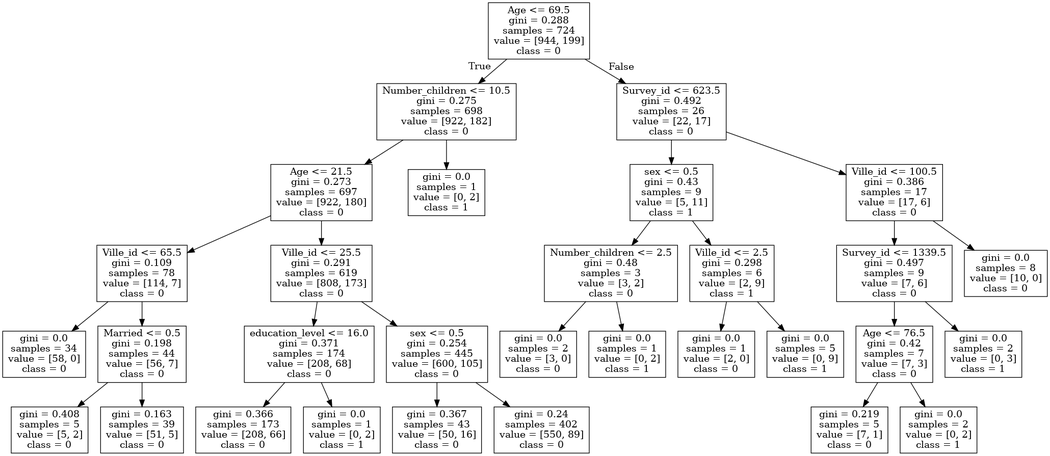
The Graphviz diagram pngs/tree07.png in IziKodzik/Cart, before a commit. Its source is kept beside it as pngs/tree07.dot.
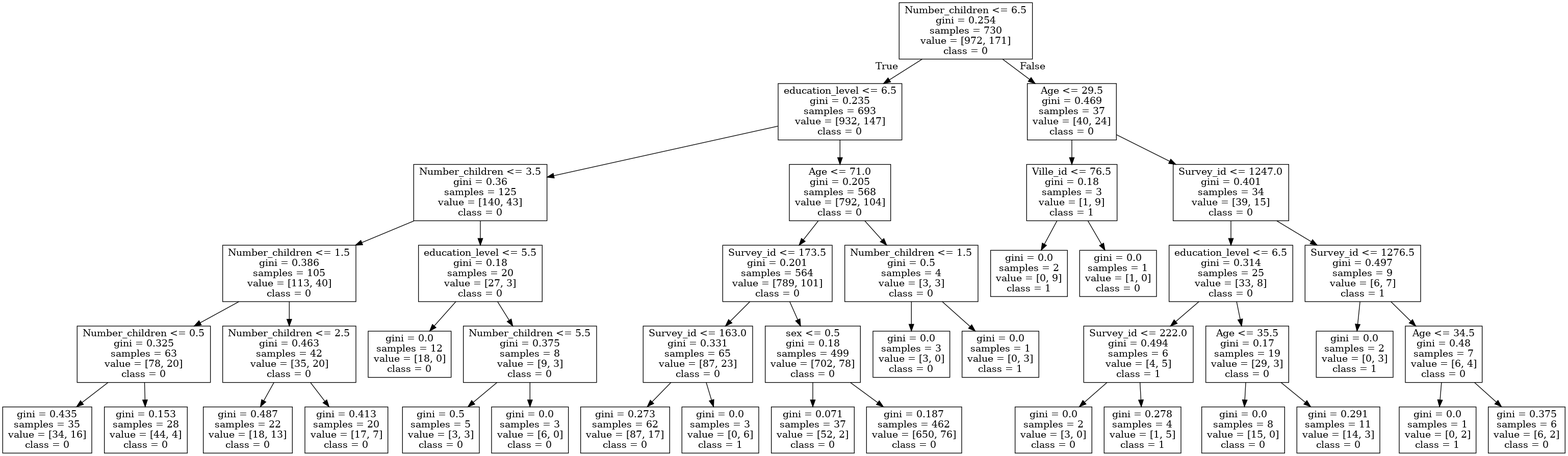
After the change.

The edit, as a diff of the source:
```diff
@@ -1,64 +1,88 @@
 digraph Tree {
 node [shape=box] ;
-0 [label="Age <= 69.5\ngini = 0.288\nsamples = 724\nvalue = [944, 199]\nclass = 0"] ;
-1 [label="Number_children <= 10.5\ngini = 0.275\nsamples = 698\nvalue = [922, 182]\nclass = 0"] ;
+0 [label="Number_children <= 6.5\ngini = 0.254\nsamples = 730\nvalue = [972, 171]\nclass = 0"] ;
+1 [label="education_level <= 6.5\ngini = 0.235\nsamples = 693\nvalue = [932, 147]\nclass = 0"] ;
 0 -> 1 [labeldistance=2.5, labelangle=45, headlabel="True"] ;
-2 [label="Age <= 21.5\ngini = 0.273\nsamples = 697\nvalue = [922, 180]\nclass = 0"] ;
+2 [label="Number_children <= 3.5\ngini = 0.36\nsamples = 125\nvalue = [140, 43]\nclass = 0"] ;
 1 -> 2 ;
-3 [label="Ville_id <= 65.5\ngini = 0.109\nsamples = 78\nvalue = [114, 7]\nclass = 0"] ;
+3 [label="Number_children <= 1.5\ngini = 0.386\nsamples = 105\nvalue = [113, 40]\nclass = 0"] ;
 2 -> 3 ;
-4 [label="gini = 0.0\nsamples = 34\nvalue = [58, 0]\nclass = 0"] ;
+4 [label="Number_children <= 0.5\ngini = 0.325\nsamples = 63\nvalue = [78, 20]\nclass = 0"] ;
 3 -> 4 ;
-5 [label="Married <= 0.5\ngini = 0.198\nsamples = 44\nvalue = [56, 7]\nclass = 0"] ;
-3 -> 5 ;
-6 [label="gini = 0.408\nsamples = 5\nvalue = [5, 2]\nclass = 0"] ;
-5 -> 6 ;
-7 [label="gini = 0.163\nsamples = 39\nvalue = [51, 5]\nclass = 0"] ;
-5 -> 7 ;
-8 [label="Ville_id <= 25.5\ngini = 0.291\nsamples = 619\nvalue = [808, 173]\nclass = 0"] ;
-2 -> 8 ;
-9 [label="education_level <= 16.0\ngini = 0.371\nsamples = 174\nvalue = [208, 68]\nclass = 0"] ;
-8 -> 9 ;
-10 [label="gini = 0.366\nsamples = 173\nvalue = [208, 66]\nclass = 0"] ;
-9 -> 10 ;
-11 [label="gini = 0.0\nsamples = 1\nvalue = [0, 2]\nclass = 1"] ;
-9 -> 11 ;
-12 [label="sex <= 0.5\ngini = 0.254\nsamples = 445\nvalue = [600, 105]\nclass = 0"] ;
-8 -> 12 ;
-13 [label="gini = 0.367\nsamples = 43\nvalue = [50, 16]\nclass = 0"] ;
+5 [label="gini = 0.435\nsamples = 35\nvalue = [34, 16]\nclass = 0"] ;
+4 -> 5 ;
+6 [label="gini = 0.153\nsamples = 28\nvalue = [44, 4]\nclass = 0"] ;
+4 -> 6 ;
+7 [label="Number_children <= 2.5\ngini = 0.463\nsamples = 42\nvalue = [35, 20]\nclass = 0"] ;
+3 -> 7 ;
+8 [label="gini = 0.487\nsamples = 22\nvalue = [18, 13]\nclass = 0"] ;
+7 -> 8 ;
+9 [label="gini = 0.413\nsamples = 20\nvalue = [17, 7]\nclass = 0"] ;
+7 -> 9 ;
+10 [label="education_level <= 5.5\ngini = 0.18\nsamples = 20\nvalue = [27, 3]\nclass = 0"] ;
+2 -> 10 ;
+11 [label="gini = 0.0\nsamples = 12\nvalue = [18, 0]\nclass = 0"] ;
+10 -> 11 ;
+12 [label="Number_children <= 5.5\ngini = 0.375\nsamples = 8\nvalue = [9, 3]\nclass = 0"] ;
+10 -> 12 ;
+13 [label="gini = 0.5\nsamples = 5\nvalue = [3, 3]\nclass = 0"] ;
 12 -> 13 ;
-14 [label="gini = 0.24\nsamples = 402\nvalue = [550, 89]\nclass = 0"] ;
+14 [label="gini = 0.0\nsamples = 3\nvalue = [6, 0]\nclass = 0"] ;
 12 -> 14 ;
-15 [label="gini = 0.0\nsamples = 1\nvalue = [0, 2]\nclass = 1"] ;
+15 [label="Age <= 71.0\ngini = 0.205\nsamples = 568\nvalue = [792, 104]\nclass = 0"] ;
 1 -> 15 ;
-16 [label="Survey_id <= 623.5\ngini = 0.492\nsamples = 26\nvalue = [22, 17]\nclass = 0"] ;
-0 -> 16 [labeldistance=2.5, labelangle=-45, headlabel="False"] ;
-17 [label="sex <= 0.5\ngini = 0.43\nsamples = 9\nvalue = [5, 11]\nclass = 1"] ;
+16 [label="Survey_id <= 173.5\ngini = 0.201\nsamples = 564\nvalue = [789, 101]\nclass = 0"] ;
+15 -> 16 ;
+17 [label="Survey_id <= 163.0\ngini = 0.331\nsamples = 65\nvalue = [87, 23]\nclass = 0"] ;
 16 -> 17 ;
-18 [label="Number_children <= 2.5\ngini = 0.48\nsamples = 3\nvalue = [3, 2]\nclass = 0"] ;
+18 [label="gini = 0.273\nsamples = 62\nvalue = [87, 17]\nclass = 0"] ;
 17 -> 18 ;
-19 [label="gini = 0.0\nsamples = 2\nvalue = [3, 0]\nclass = 0"] ;
-18 -> 19 ;
-20 [label="gini = 0.0\nsamples = 1\nvalue = [0, 2]\nclass = 1"] ;
-18 -> 20 ;
-21 [label="Ville_id <= 2.5\ngini = 0.298\nsamples = 6\nvalue = [2, 9]\nclass = 1"] ;
-17 -> 21 ;
-22 [label="gini = 0.0\nsamples = 1\nvalue = [2, 0]\nclass = 0"] ;
-21 -> 22 ;
-23 [label="gini = 0.0\nsamples = 5\nvalue = [0, 9]\nclass = 1"] ;
-21 -> 23 ;
-24 [label="Ville_id <= 100.5\ngini = 0.386\nsamples = 17\nvalue = [17, 6]\nclass = 0"] ;
-16 -> 24 ;
-25 [label="Survey_id <= 1339.5\ngini = 0.497\nsamples = 9\nvalue = [7, 6]\nclass = 0"] ;
-24 -> 25 ;
-26 [label="Age <= 76.5\ngini = 0.42\nsamples = 7\nvalue = [7, 3]\nclass = 0"] ;
-25 -> 26 ;
-27 [label="gini = 0.219\nsamples = 5\nvalue = [7, 1]\nclass = 0"] ;
+19 [label="gini = 0.0\nsamples = 3\nvalue = [0, 6]\nclass = 1"] ;
+17 -> 19 ;
+20 [label="sex <= 0.5\ngini = 0.18\nsamples = 499\nvalue = [702, 78]\nclass = 0"] ;
+16 -> 20 ;
+21 [label="gini = 0.071\nsamples = 37\nvalue = [52, 2]\nclass = 0"] ;
+20 -> 21 ;
+22 [label="gini = 0.187\nsamples = 462\nvalue = [650, 76]\nclass = 0"] ;
+20 -> 22 ;
+23 [label="Number_children <= 1.5\ngini = 0.5\nsamples = 4\nvalue = [3, 3]\nclass = 0"] ;
+15 -> 23 ;
+24 [label="gini = 0.0\nsamples = 3\nvalue = [3, 0]\nclass = 0"] ;
+23 -> 24 ;
+25 [label="gini = 0.0\nsamples = 1\nvalue = [0, 3]\nclass = 1"] ;
+23 -> 25 ;
+26 [label="Age <= 29.5\ngini = 0.469\nsamples = 37\nvalue = [40, 24]\nclass = 0"] ;
+0 -> 26 [labeldistance=2.5, labelangle=-45, headlabel="False"] ;
+27 [label="Ville_id <= 76.5\ngini = 0.18\nsamples = 3\nvalue = [1, 9]\nclass = 1"] ;
 26 -> 27 ;
-28 [label="gini = 0.0\nsamples = 2\nvalue = [0, 2]\nclass = 1"] ;
-26 -> 28 ;
-29 [label="gini = 0.0\nsamples = 2\nvalue = [0, 3]\nclass = 1"] ;
-25 -> 29 ;
-30 [label="gini = 0.0\nsamples = 8\nvalue = [10, 0]\nclass = 0"] ;
-24 -> 30 ;
+28 [label="gini = 0.0\nsamples = 2\nvalue = [0, 9]\nclass = 1"] ;
+27 -> 28 ;
+29 [label="gini = 0.0\nsamples = 1\nvalue = [1, 0]\nclass = 0"] ;
+27 -> 29 ;
+30 [label="Survey_id <= 1247.0\ngini = 0.401\nsamples = 34\nvalue = [39, 15]\nclass = 0"] ;
+26 -> 30 ;
+31 [label="education_level <= 6.5\ngini = 0.314\nsamples = 25\nvalue = [33, 8]\nclass = 0"] ;
+30 -> 31 ;
+32 [label="Survey_id <= 222.0\ngini = 0.494\nsamples = 6\nvalue = [4, 5]\nclass = 1"] ;
+31 -> 32 ;
+33 [label="gini = 0.0\nsamples = 2\nvalue = [3, 0]\nclass = 0"] ;
+32 -> 33 ;
+34 [label="gini = 0.278\nsamples = 4\nvalue = [1, 5]\nclass = 1"] ;
+32 -> 34 ;
+35 [label="Age <= 35.5\ngini = 0.17\nsamples = 19\nvalue = [29, 3]\nclass = 0"] ;
+31 -> 35 ;
+36 [label="gini = 0.0\nsamples = 8\nvalue = [15, 0]\nclass = 0"] ;
+35 -> 36 ;
+37 [label="gini = 0.291\nsamples = 11\nvalue = [14, 3]\nclass = 0"] ;
+35 -> 37 ;
+38 [label="Survey_id <= 1276.5\ngini = 0.497\nsamples = 9\nvalue = [6, 7]\nclass = 1"] ;
+30 -> 38 ;
+39 [label="gini = 0.0\nsamples = 2\nvalue = [0, 3]\nclass = 1"] ;
+38 -> 39 ;
+40 [label="Age <= 34.5\ngini = 0.48\nsamples = 7\nvalue = [6, 4]\nclass = 0"] ;
+38 -> 40 ;
+41 [label="gini = 0.0\nsamples = 1\nvalue = [0, 2]\nclass = 1"] ;
+40 -> 41 ;
+42 [label="gini = 0.375\nsamples = 6\nvalue = [6, 2]\nclass = 0"] ;
+40 -> 42 ;
 }
```
